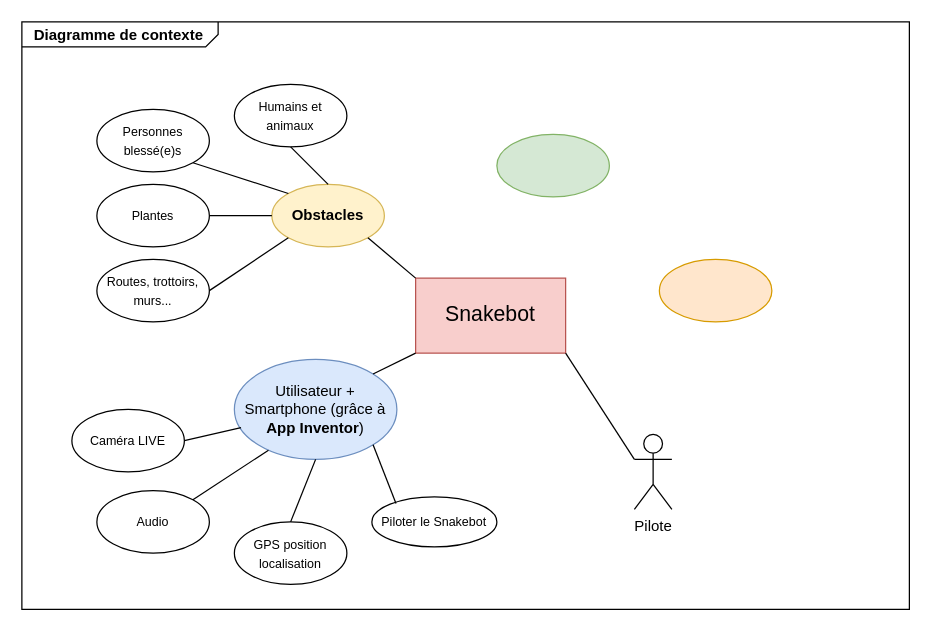
Above: Untitled Diagram.drawio in DavidCretois/Snakebot (draw.io), before the change. Source tidied: cells renumbered, new cells numbered last; positions are measured from the earlier drawing's top-left corner, leaving out a move shared by most shapes. Both pictures are drawn from the tidied source at 125%, with x=0, y=0 at pixel (21, 21).
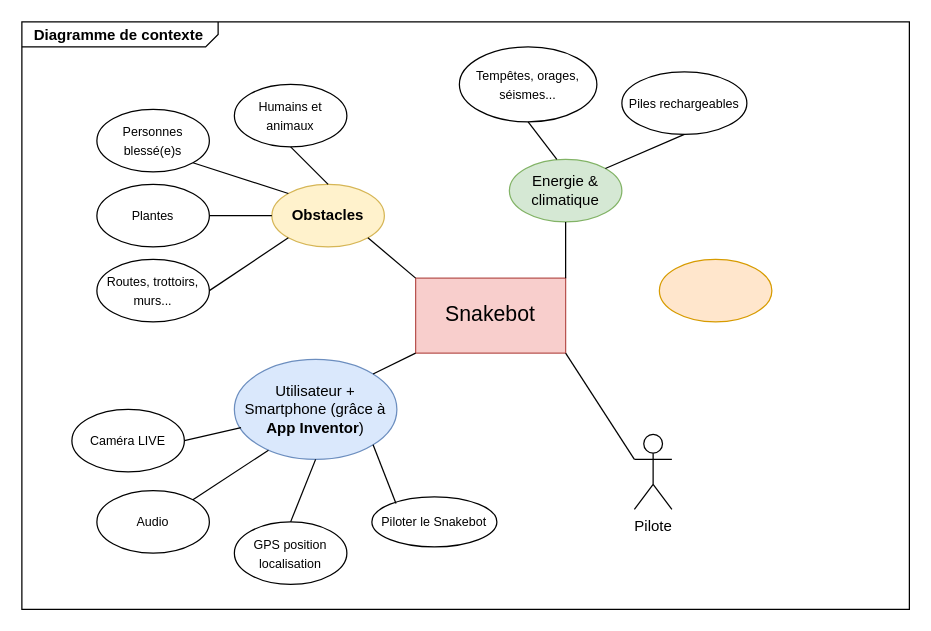
The same page after the edit.

The change refers to these unchanged cells:
```xml
<mxCell id="3" value="&lt;font style=&quot;font-size: 17px&quot;&gt;Snakebot&lt;/font&gt;" style="rounded=0;whiteSpace=wrap;html=1;fillColor=#f8cecc;strokeColor=#b85450;" parent="1" vertex="1">
  <mxGeometry x="315" y="205" width="120" height="60" as="geometry" />
</mxCell>
```

What changed in the source:
```diff
@@
-    <mxCell id="26" style="ellipse;whiteSpace=wrap;html=1;fillColor=#d5e8d4;strokeColor=#82b366;" parent="1" vertex="1">
-      <mxGeometry x="380" y="90" width="90" height="50" as="geometry" />
+    <mxCell id="26" value="Energie &amp;amp; climatique" style="ellipse;whiteSpace=wrap;html=1;fillColor=#d5e8d4;strokeColor=#82b366;" parent="1" vertex="1">
+      <mxGeometry x="390" y="110" width="90" height="50" as="geometry" />
     </mxCell>
@@
+    <mxCell id="28" value="&lt;font style=&quot;font-size: 10px&quot;&gt;Tempêtes, orages, séismes...&lt;/font&gt;" style="ellipse;whiteSpace=wrap;html=1;" parent="1" vertex="1">
+      <mxGeometry x="350" y="20" width="110" height="60" as="geometry" />
+    </mxCell>
+    <mxCell id="29" value="&lt;font style=&quot;font-size: 10px&quot;&gt;Piles rechargeables&lt;/font&gt;" style="ellipse;whiteSpace=wrap;html=1;" parent="1" vertex="1">
+      <mxGeometry x="480" y="40" width="100" height="50" as="geometry" />
+    </mxCell>
+    <mxCell id="30" style="endArrow=none;html=1;entryX=0.5;entryY=1;entryDx=0;entryDy=0;exitX=1;exitY=0;exitDx=0;exitDy=0;" parent="1" edge="1" source="3" target="26">
+      <mxGeometry relative="1" as="geometry" />
+    </mxCell>
+    <mxCell id="31" style="endArrow=none;html=1;entryX=0.5;entryY=1;entryDx=0;entryDy=0;exitX=0.422;exitY=0;exitDx=0;exitDy=0;exitPerimeter=0;" parent="1" edge="1" source="26" target="28">
+      <mxGeometry relative="1" as="geometry" />
+    </mxCell>
+    <mxCell id="32" style="endArrow=none;html=1;entryX=0.5;entryY=1;entryDx=0;entryDy=0;exitX=1;exitY=0;exitDx=0;exitDy=0;" parent="1" edge="1" source="26" target="29">
+      <mxGeometry relative="1" as="geometry" />
+    </mxCell>
```
